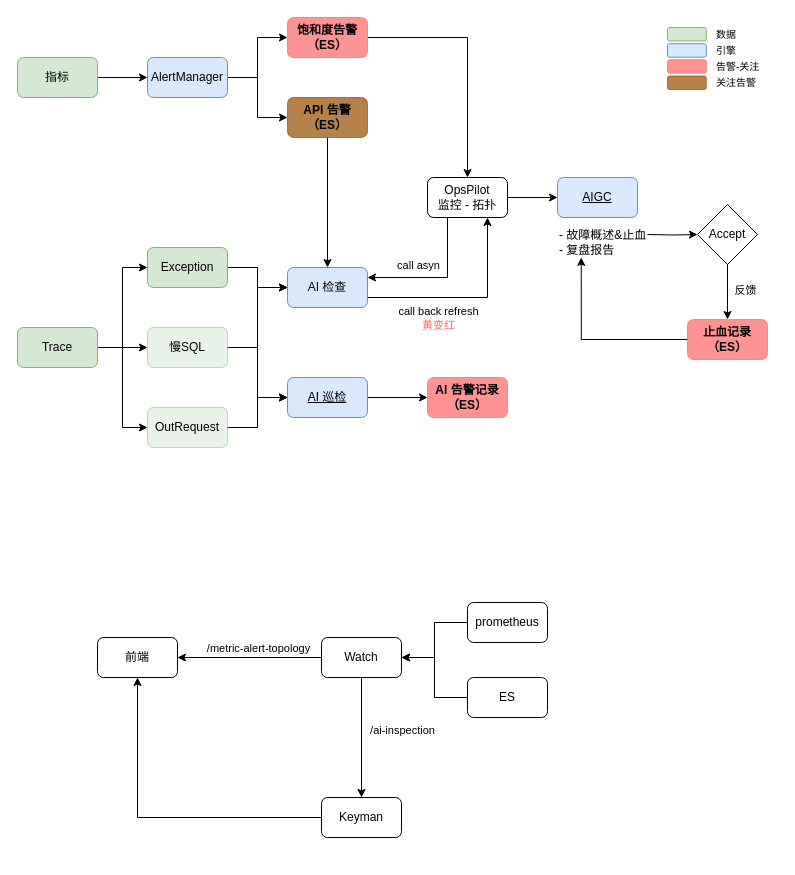
Above: page "AI Journey" (6 of 6) of Sre-Pilot.drawio in Allen9797/WorkZone (draw.io), before the change. Source tidied: cells renumbered, new cells numbered last; positions are measured from the earlier drawing's top-left corner, leaving out a move shared by most shapes. Both pictures are drawn from the tidied source at 100%, with x=0, y=0 at pixel (17, 17).
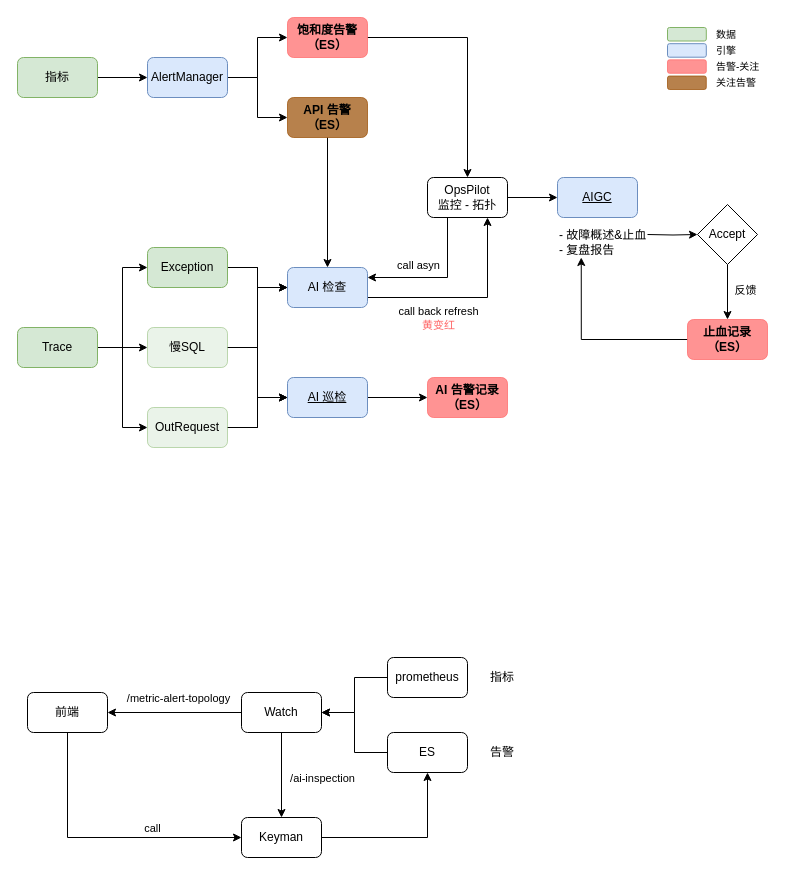
The same page after the edit.

The change refers to these unchanged cells:
```xml
<mxCell id="52" style="edgeStyle=orthogonalEdgeStyle;rounded=0;jettySize=auto;html=1;exitX=0;exitY=0.5;exitDx=0;exitDy=0;entryX=1;entryY=0.5;entryDx=0;entryDy=0;" parent="1" edge="1" source="56" target="51">
  <mxGeometry relative="1" as="geometry" />
</mxCell>
<mxCell id="54" style="edgeStyle=orthogonalEdgeStyle;rounded=0;jettySize=auto;html=1;exitX=0.5;exitY=1;exitDx=0;exitDy=0;entryX=0.5;entryY=0;entryDx=0;entryDy=0;" parent="1" edge="1" source="56" target="58">
  <mxGeometry relative="1" as="geometry" />
</mxCell>
```

Diff of the diagram source:
```diff
@@
+    <mxCell id="63" style="edgeStyle=orthogonalEdgeStyle;rounded=0;jettySize=auto;html=1;exitX=0.5;exitY=1;exitDx=0;exitDy=0;entryX=0;entryY=0.5;entryDx=0;entryDy=0;" parent="1" edge="1" source="51" target="58">
+      <mxGeometry relative="1" as="geometry" />
+    </mxCell>
+    <mxCell id="64" value="call" style="edgeLabel;html=1;align=center;verticalAlign=middle;" parent="63" vertex="1">
+      <mxGeometry x="0.37" y="-2" relative="1" as="geometry">
+        <mxPoint x="-2" y="-12" as="offset" />
+      </mxGeometry>
+    </mxCell>
     <mxCell id="51" value="前端" style="rounded=1;whiteSpace=wrap;html=1;fontStyle=0;" parent="1" vertex="1">
-      <mxGeometry x="80" y="620" width="80" height="40" as="geometry" />
+      <mxGeometry x="10" y="675" width="80" height="40" as="geometry" />
     </mxCell>
@@
     <mxCell id="53" value="/metric-alert-topology" style="edgeLabel;html=1;align=center;verticalAlign=middle;" parent="52" vertex="1">
       <mxGeometry x="0.01" y="-1" relative="1" as="geometry">
-        <mxPoint x="9" y="-9" as="offset" />
+        <mxPoint x="4" y="-14" as="offset" />
       </mxGeometry>
     </mxCell>
@@
     <mxCell id="55" value="/ai-inspection" style="edgeLabel;html=1;align=center;verticalAlign=middle;" parent="54" vertex="1">
       <mxGeometry x="-0.14" y="1" relative="1" as="geometry">
-        <mxPoint x="39" as="offset" />
+        <mxPoint x="39" y="8" as="offset" />
       </mxGeometry>
     </mxCell>
     <mxCell id="56" value="Watch" style="rounded=1;whiteSpace=wrap;html=1;fontStyle=0;" parent="1" vertex="1">
-      <mxGeometry x="304" y="620" width="80" height="40" as="geometry" />
+      <mxGeometry x="224" y="675" width="80" height="40" as="geometry" />
     </mxCell>
-    <mxCell id="57" style="edgeStyle=orthogonalEdgeStyle;rounded=0;jettySize=auto;html=1;exitX=0;exitY=0.5;exitDx=0;exitDy=0;entryX=0.5;entryY=1;entryDx=0;entryDy=0;" parent="1" edge="1" source="58" target="51">
-      <mxGeometry relative="1" as="geometry" />
-    </mxCell>
+    <mxCell id="65" style="edgeStyle=orthogonalEdgeStyle;rounded=0;jettySize=auto;html=1;exitX=1;exitY=0.5;exitDx=0;exitDy=0;entryX=0.5;entryY=1;entryDx=0;entryDy=0;" parent="1" edge="1" source="58" target="60">
+      <mxGeometry relative="1" as="geometry" />
+    </mxCell>
     <mxCell id="58" value="Keyman" style="rounded=1;whiteSpace=wrap;html=1;fontStyle=0;" parent="1" vertex="1">
-      <mxGeometry x="304" y="780" width="80" height="40" as="geometry" />
+      <mxGeometry x="224" y="800" width="80" height="40" as="geometry" />
     </mxCell>
@@
     <mxCell id="60" value="ES" style="rounded=1;whiteSpace=wrap;html=1;fontStyle=0;" parent="1" vertex="1">
-      <mxGeometry x="450" y="660" width="80" height="40" as="geometry" />
+      <mxGeometry x="370" y="715" width="80" height="40" as="geometry" />
     </mxCell>
@@
     <mxCell id="62" value="prometheus" style="rounded=1;whiteSpace=wrap;html=1;fontStyle=0;" parent="1" vertex="1">
-      <mxGeometry x="450" y="585" width="80" height="40" as="geometry" />
+      <mxGeometry x="370" y="640" width="80" height="40" as="geometry" />
     </mxCell>
+    <mxCell id="66" value="指标" style="text;html=1;align=center;verticalAlign=middle;whiteSpace=wrap;rounded=0;" parent="1" vertex="1">
+      <mxGeometry x="470" y="652.5" width="30" height="15" as="geometry" />
+    </mxCell>
+    <mxCell id="67" value="告警" style="text;html=1;align=center;verticalAlign=middle;whiteSpace=wrap;rounded=0;" parent="1" vertex="1">
+      <mxGeometry x="470" y="727.5" width="30" height="15" as="geometry" />
+    </mxCell>
```
